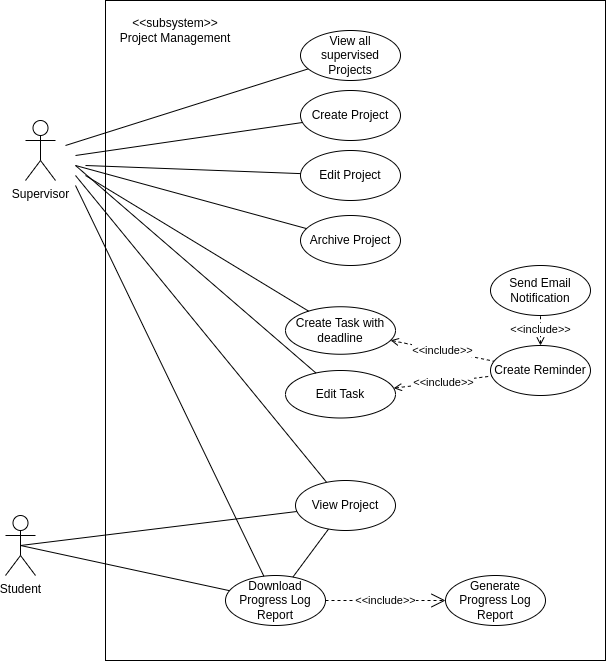
Beginner50/Dissertation keeps this draw.io diagram as UML/Use Case Diagrams/images/Project & Deliverable Management Subsystem.drawio.png. Above is the earlier version. Source tidied: cells renumbered, new cells last; positions are measured from the earlier drawing's top-left corner, leaving out a move shared by most shapes.
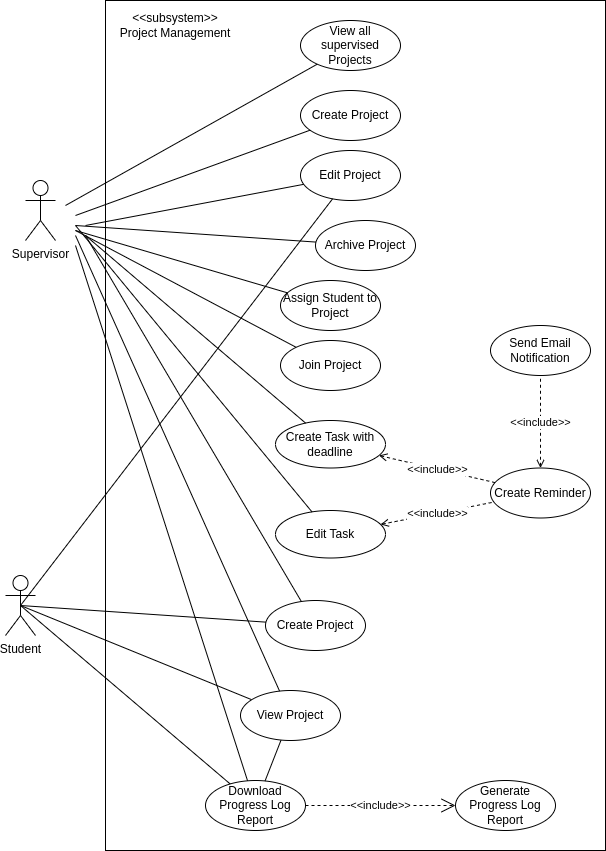
After the change.

Diff of the diagram source:
```diff
@@ -3,31 +3,31 @@
     <mxCell id="0" />
     <mxCell id="1" parent="0" />
     <mxCell id="2" style="rounded=0;whiteSpace=wrap;html=1;" parent="1" vertex="1">
-      <mxGeometry x="100" width="500" height="660" as="geometry" />
+      <mxGeometry x="100" y="-60" width="500" height="850" as="geometry" />
     </mxCell>
     <mxCell id="3" value="&amp;lt;&amp;lt;subsystem&amp;gt;&amp;gt;&lt;br&gt;Project Management" style="text;html=1;strokeColor=none;fillColor=none;align=center;verticalAlign=middle;whiteSpace=wrap;rounded=0;" parent="1" vertex="1">
-      <mxGeometry x="100" y="15" width="140" height="30" as="geometry" />
+      <mxGeometry x="100" y="-50" width="140" height="30" as="geometry" />
     </mxCell>
     <mxCell id="4" value="Supervisor" style="shape=umlActor;verticalLabelPosition=bottom;verticalAlign=top;html=1;" parent="1" vertex="1">
       <mxGeometry x="20" y="120" width="30" height="60" as="geometry" />
     </mxCell>
     <mxCell id="5" value="View all supervised Projects" style="ellipse;whiteSpace=wrap;html=1;" parent="1" vertex="1">
-      <mxGeometry x="295" y="30" width="100" height="50" as="geometry" />
+      <mxGeometry x="295" y="-40" width="100" height="50" as="geometry" />
     </mxCell>
     <mxCell id="6" value="Create Project" style="ellipse;whiteSpace=wrap;html=1;" parent="1" vertex="1">
-      <mxGeometry x="295" y="90" width="100" height="50" as="geometry" />
+      <mxGeometry x="295" y="30" width="100" height="50" as="geometry" />
     </mxCell>
     <mxCell id="7" value="Edit Project" style="ellipse;whiteSpace=wrap;html=1;" parent="1" vertex="1">
-      <mxGeometry x="295" y="150" width="100" height="50" as="geometry" />
+      <mxGeometry x="295" y="90" width="100" height="50" as="geometry" />
     </mxCell>
     <mxCell id="8" value="Archive Project" style="ellipse;whiteSpace=wrap;html=1;" parent="1" vertex="1">
-      <mxGeometry x="295" y="215" width="100" height="50" as="geometry" />
+      <mxGeometry x="310" y="160" width="100" height="50" as="geometry" />
     </mxCell>
     <mxCell id="9" value="Download Progress Log Report" style="ellipse;whiteSpace=wrap;html=1;" parent="1" vertex="1">
-      <mxGeometry x="220" y="575" width="100" height="50" as="geometry" />
+      <mxGeometry x="200" y="720" width="100" height="50" as="geometry" />
     </mxCell>
     <mxCell id="10" value="Generate Progress Log Report" style="ellipse;whiteSpace=wrap;html=1;" parent="1" vertex="1">
-      <mxGeometry x="440" y="575" width="100" height="50" as="geometry" />
+      <mxGeometry x="450" y="720" width="100" height="50" as="geometry" />
     </mxCell>
     <mxCell id="11" value="&amp;lt;&amp;lt;include&amp;gt;&amp;gt;" style="endArrow=open;endSize=12;dashed=1;html=1;rounded=0;" parent="1" edge="1" source="9" target="10">
       <mxGeometry relative="1" as="geometry" />
@@ -52,11 +52,6 @@
         <mxPoint x="70" y="165" as="sourcePoint" />
       </mxGeometry>
     </mxCell>
-    <mxCell id="16" style="endArrow=none;html=1;rounded=0;" parent="1" edge="1" target="28">
-      <mxGeometry relative="1" as="geometry">
-        <mxPoint x="70" y="175" as="sourcePoint" />
-      </mxGeometry>
-    </mxCell>
     <mxCell id="17" style="endArrow=none;html=1;rounded=0;" parent="1" edge="1" source="28" target="9">
       <mxGeometry relative="1" as="geometry" />
     </mxCell>
@@ -70,10 +65,10 @@
       <mxGeometry relative="1" as="geometry" />
     </mxCell>
     <mxCell id="21" value="Create Task with deadline" style="ellipse;whiteSpace=wrap;html=1;" parent="1" vertex="1">
-      <mxGeometry x="280" y="306.2" width="110" height="47.5" as="geometry" />
+      <mxGeometry x="270" y="360" width="110" height="47.5" as="geometry" />
     </mxCell>
     <mxCell id="22" value="Create Reminder" style="ellipse;whiteSpace=wrap;html=1;" parent="1" vertex="1">
-      <mxGeometry x="485" y="345" width="100" height="50" as="geometry" />
+      <mxGeometry x="485" y="407.5" width="100" height="50" as="geometry" />
     </mxCell>
     <mxCell id="23" value="Send Email Notification" style="ellipse;whiteSpace=wrap;html=1;" parent="1" vertex="1">
       <mxGeometry x="485" y="265" width="100" height="50" as="geometry" />
@@ -95,10 +90,10 @@
       </mxGeometry>
     </mxCell>
     <mxCell id="28" value="View Project" style="ellipse;whiteSpace=wrap;html=1;" parent="1" vertex="1">
-      <mxGeometry x="290" y="480" width="100" height="50" as="geometry" />
+      <mxGeometry x="235" y="630" width="100" height="50" as="geometry" />
     </mxCell>
     <mxCell id="29" value="Edit Task" style="ellipse;whiteSpace=wrap;html=1;" parent="1" vertex="1">
-      <mxGeometry x="280" y="370" width="110" height="47.5" as="geometry" />
+      <mxGeometry x="270" y="450" width="110" height="47.5" as="geometry" />
     </mxCell>
     <mxCell id="30" style="endArrow=none;html=1;rounded=0;" parent="1" edge="1" target="29">
       <mxGeometry relative="1" as="geometry">
@@ -108,5 +103,40 @@
     <mxCell id="31" value="&amp;lt;&amp;lt;include&amp;gt;&amp;gt;" style="endArrow=none;endSize=12;dashed=1;html=1;rounded=0;endFill=0;startArrow=open;startFill=0;" parent="1" edge="1" source="29" target="22">
       <mxGeometry relative="1" as="geometry" />
     </mxCell>
+    <mxCell id="32" style="endArrow=none;html=1;rounded=0;" parent="1" edge="1" target="28">
+      <mxGeometry relative="1" as="geometry">
+        <mxPoint x="70" y="175" as="sourcePoint" />
+      </mxGeometry>
+    </mxCell>
+    <mxCell id="33" value="Create Project" style="ellipse;whiteSpace=wrap;html=1;" parent="1" vertex="1">
+      <mxGeometry x="260" y="540" width="100" height="50" as="geometry" />
+    </mxCell>
+    <mxCell id="34" style="endArrow=none;html=1;rounded=0;" parent="1" edge="1" target="33">
+      <mxGeometry relative="1" as="geometry">
+        <mxPoint x="80" y="175" as="sourcePoint" />
+      </mxGeometry>
+    </mxCell>
+    <mxCell id="35" style="endArrow=none;html=1;rounded=0;entryX=0.5;entryY=0.5;entryDx=0;entryDy=0;entryPerimeter=0;" parent="1" edge="1" source="33" target="18">
+      <mxGeometry relative="1" as="geometry" />
+    </mxCell>
+    <mxCell id="36" value="Assign Student to Project" style="ellipse;whiteSpace=wrap;html=1;align=center;" parent="1" vertex="1">
+      <mxGeometry x="275" y="220" width="100" height="50" as="geometry" />
+    </mxCell>
+    <mxCell id="37" value="Join Project" style="ellipse;whiteSpace=wrap;html=1;align=center;" parent="1" vertex="1">
+      <mxGeometry x="275" y="280" width="100" height="50" as="geometry" />
+    </mxCell>
+    <mxCell id="38" style="endArrow=none;html=1;rounded=0;" parent="1" edge="1" target="36">
+      <mxGeometry relative="1" as="geometry">
+        <mxPoint x="70" y="170" as="sourcePoint" />
+      </mxGeometry>
+    </mxCell>
+    <mxCell id="39" style="endArrow=none;html=1;rounded=0;" parent="1" edge="1" target="37">
+      <mxGeometry relative="1" as="geometry">
+        <mxPoint x="70" y="170" as="sourcePoint" />
+      </mxGeometry>
+    </mxCell>
+    <mxCell id="40" style="endArrow=none;html=1;rounded=0;entryX=0.5;entryY=0.5;entryDx=0;entryDy=0;entryPerimeter=0;" parent="1" edge="1" source="7" target="18">
+      <mxGeometry relative="1" as="geometry" />
+    </mxCell>
   </root>
 </mxGraphModel>
```
